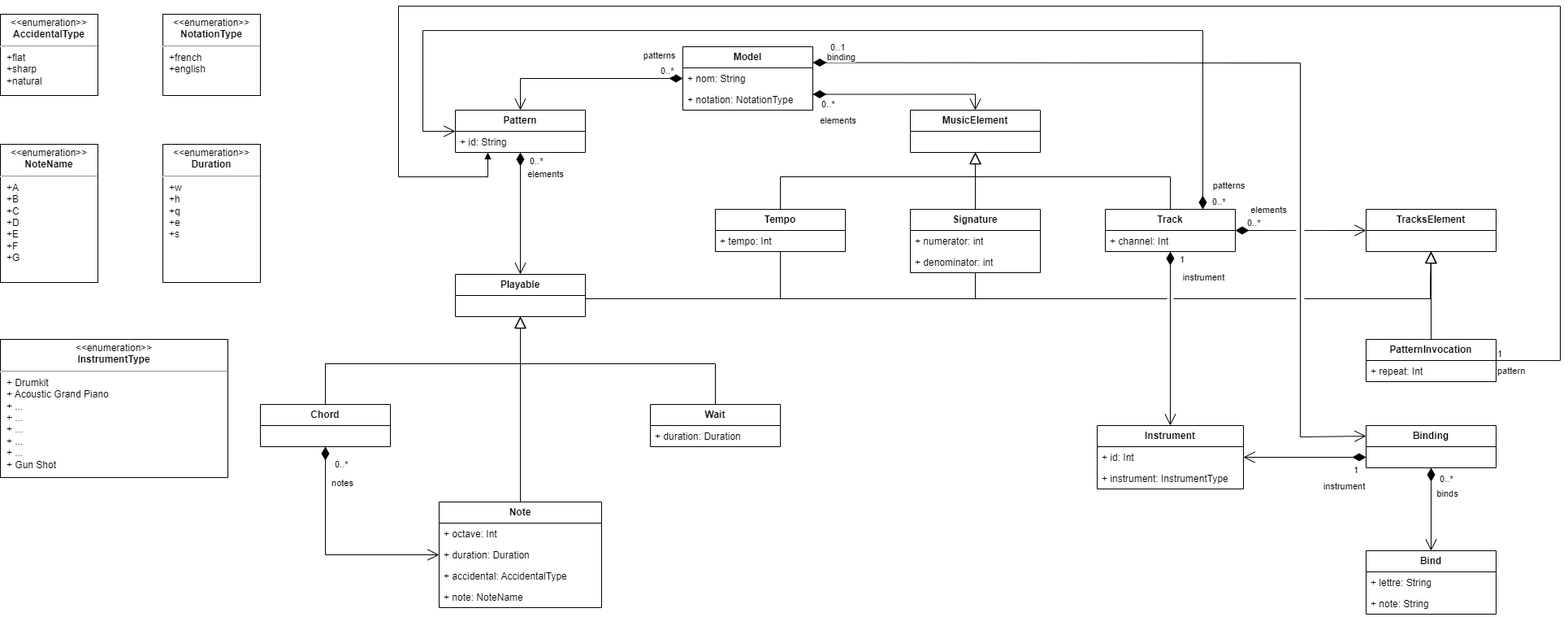
Before: docs/domain_model.png, a diagram exported from draw.io (ThomasFarineau/pns-si5-dsl-lab2-desolation). Source tidied: cells renumbered, new cells last; positions are measured from the earlier drawing's top-left corner, leaving out a move shared by most shapes.
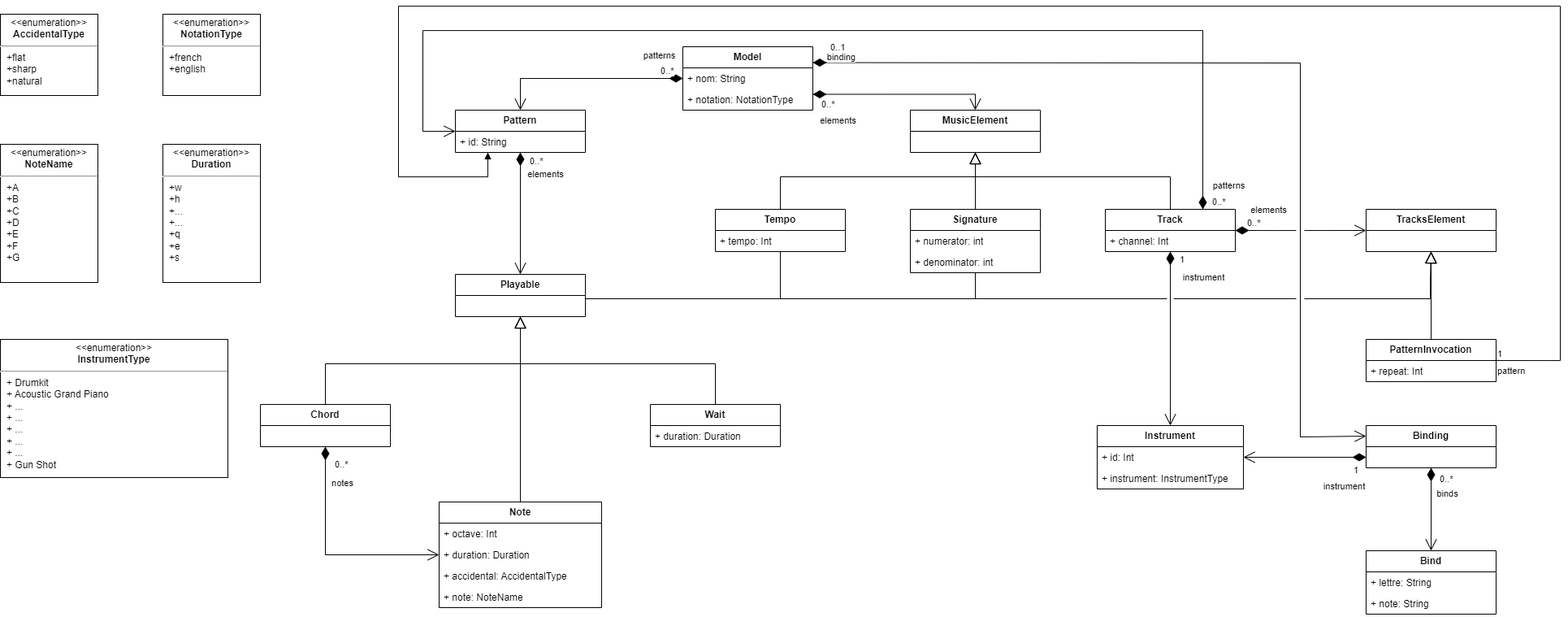
The same diagram one commit later.

Commit message:
good png this time

Diff of the diagram source:
```diff
@@ -146,7 +146,7 @@
         <mxPoint x="17" y="-64" as="offset" />
       </mxGeometry>
     </mxCell>
-    <mxCell id="35" value="&lt;p style=&quot;margin:0px;margin-top:4px;text-align:center;&quot;&gt;&amp;lt;&amp;lt;enumeration&amp;gt;&amp;gt;&lt;br&gt;&lt;b&gt;Duration&lt;/b&gt;&lt;/p&gt;&lt;hr&gt;&lt;p style=&quot;margin:0px;margin-left:8px;text-align:left;&quot;&gt;+w&lt;/p&gt;&lt;p style=&quot;margin:0px;margin-left:8px;text-align:left;&quot;&gt;+h&lt;/p&gt;&lt;p style=&quot;margin:0px;margin-left:8px;text-align:left;&quot;&gt;+q&lt;/p&gt;&lt;p style=&quot;margin:0px;margin-left:8px;text-align:left;&quot;&gt;+e&lt;/p&gt;&lt;p style=&quot;margin:0px;margin-left:8px;text-align:left;&quot;&gt;+s&lt;/p&gt;" style="shape=rect;html=1;overflow=fill;whiteSpace=wrap;" parent="1" vertex="1">
+    <mxCell id="35" value="&lt;p style=&quot;margin:0px;margin-top:4px;text-align:center;&quot;&gt;&amp;lt;&amp;lt;enumeration&amp;gt;&amp;gt;&lt;br&gt;&lt;b&gt;Duration&lt;/b&gt;&lt;/p&gt;&lt;hr&gt;&lt;p style=&quot;margin:0px;margin-left:8px;text-align:left;&quot;&gt;+w&lt;/p&gt;&lt;p style=&quot;margin:0px;margin-left:8px;text-align:left;&quot;&gt;+h&lt;/p&gt;&lt;p style=&quot;margin:0px;margin-left:8px;text-align:left;&quot;&gt;+...&lt;/p&gt;&lt;p style=&quot;margin:0px;margin-left:8px;text-align:left;&quot;&gt;+...&lt;/p&gt;&lt;p style=&quot;margin:0px;margin-left:8px;text-align:left;&quot;&gt;+q&lt;/p&gt;&lt;p style=&quot;margin:0px;margin-left:8px;text-align:left;&quot;&gt;+e&lt;/p&gt;&lt;p style=&quot;margin:0px;margin-left:8px;text-align:left;&quot;&gt;+s&lt;/p&gt;" style="shape=rect;html=1;overflow=fill;whiteSpace=wrap;" parent="1" vertex="1">
       <mxGeometry x="200" y="170" width="120" height="170" as="geometry" />
     </mxCell>
     <mxCell id="36" value="&lt;p style=&quot;margin:0px;margin-top:4px;text-align:center;&quot;&gt;&amp;lt;&amp;lt;enumeration&amp;gt;&amp;gt;&lt;br&gt;&lt;b&gt;AccidentalType&lt;/b&gt;&lt;br&gt;&lt;/p&gt;&lt;hr&gt;&lt;p style=&quot;margin:0px;margin-left:8px;text-align:left;&quot;&gt;+flat&lt;/p&gt;&lt;p style=&quot;margin:0px;margin-left:8px;text-align:left;&quot;&gt;+sharp&lt;/p&gt;&lt;p style=&quot;margin:0px;margin-left:8px;text-align:left;&quot;&gt;+natural&lt;/p&gt;" style="shape=rect;html=1;overflow=fill;whiteSpace=wrap;" parent="1" vertex="1">
```
